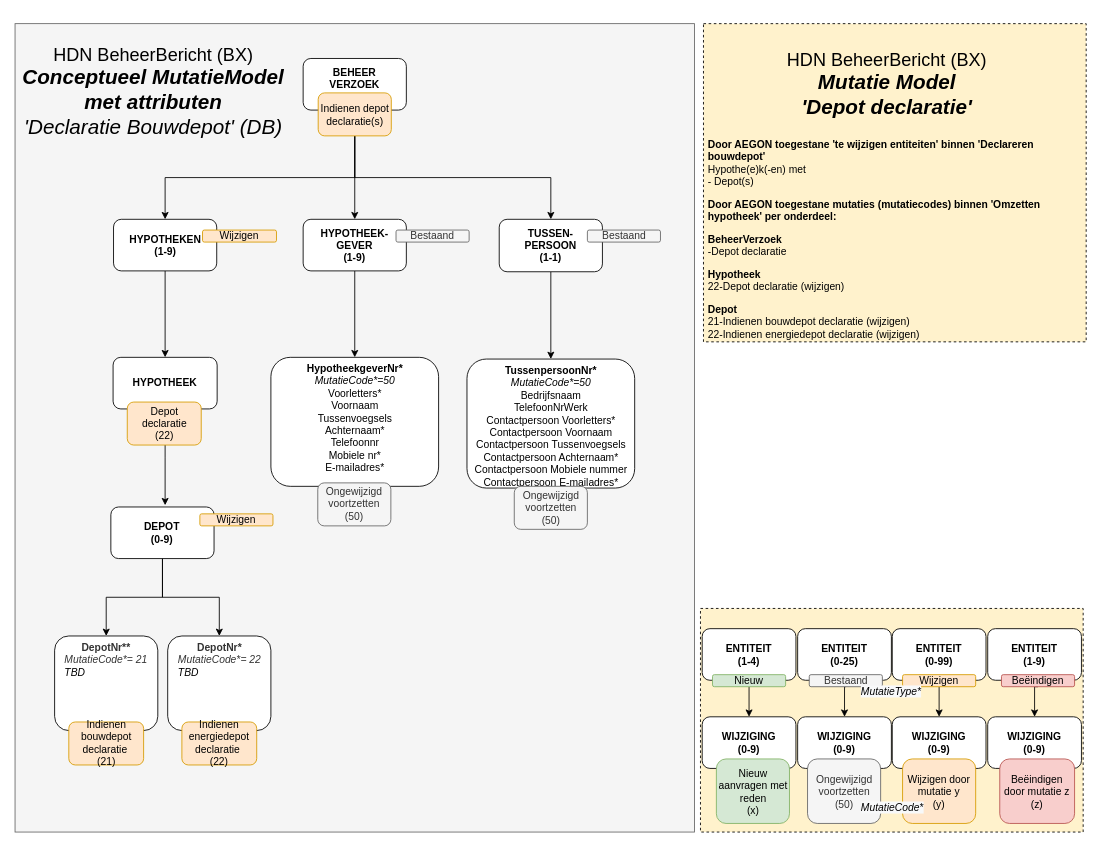
Before: page "MutatieModel DB met attributen" (4 of 5) of HDN_BX_MM_BouwdepotDeclaratie.drawio in luchthandel/diagrams, a draw.io diagram. Source tidied: cells renumbered, new cells numbered last; positions are measured from the earlier drawing's top-left corner, leaving out a move shared by most shapes. Both pictures are drawn from the tidied source at 86%, with x=0, y=0 at pixel (15, 23).
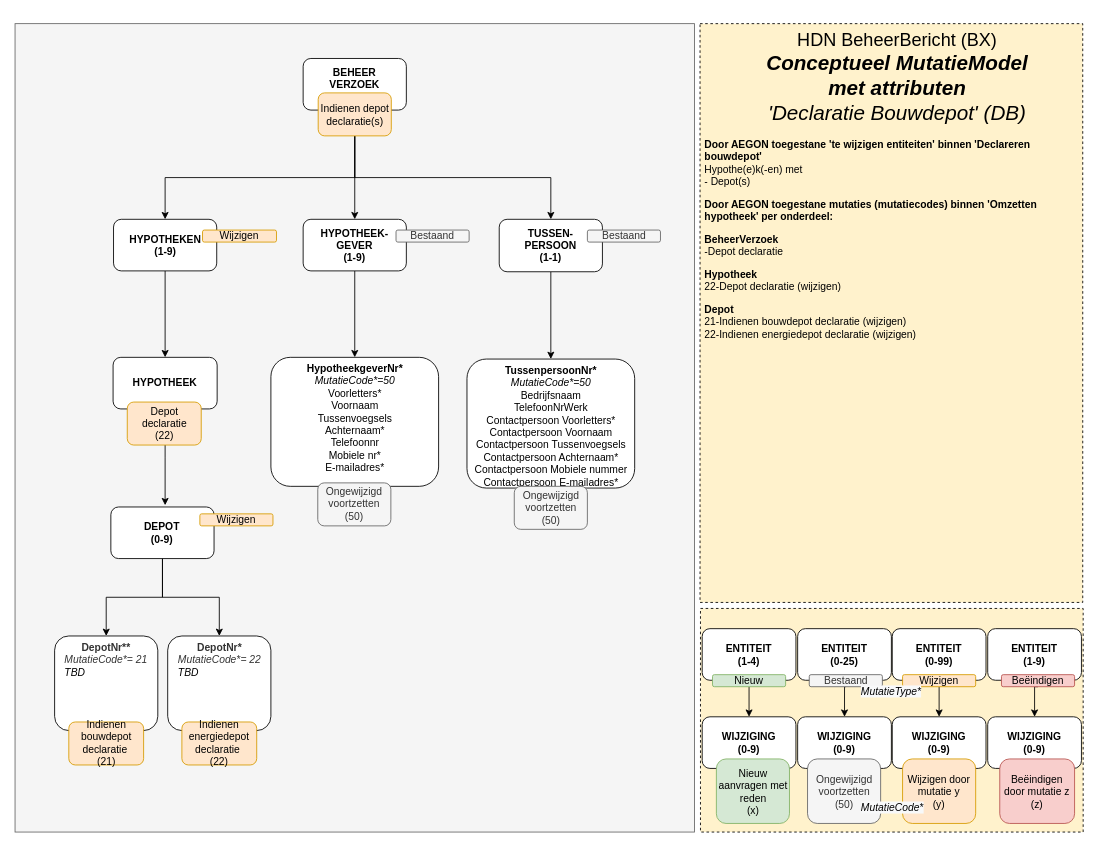
The same diagram, later.

What changed in the source:
```diff
@@
-    <mxCell id="33" value="&lt;font style=&quot;font-size: 21px&quot;&gt;HDN BeheerBericht (BX)&lt;br&gt;&lt;/font&gt;&lt;span style=&quot;font-size: 24px&quot;&gt;&lt;i&gt;&lt;b&gt;Conceptueel MutatieModel&lt;br&gt;met attributen&lt;/b&gt;&lt;br&gt;'Declaratie Bouwdepot' (DB)&lt;br&gt;&lt;/i&gt;&lt;/span&gt;" style="text;html=1;strokeColor=none;fillColor=none;align=center;verticalAlign=middle;whiteSpace=wrap;rounded=0;" parent="1" vertex="1">
-      <mxGeometry x="6" y="32" width="310" height="93" as="geometry" />
-    </mxCell>
     <mxCell id="34" value="&lt;p&gt;&lt;/p&gt;&lt;p&gt;&lt;b&gt;&lt;br&gt;&lt;/b&gt;&lt;/p&gt;&lt;p&gt;&lt;b&gt;&lt;br&gt;&lt;/b&gt;&lt;/p&gt;&lt;p&gt;&lt;b&gt;&lt;br&gt;&lt;/b&gt;&lt;/p&gt;&lt;p&gt;&lt;b&gt;&lt;br&gt;&lt;/b&gt;&lt;/p&gt;&lt;p&gt;&lt;b&gt;&lt;br&gt;&lt;/b&gt;&lt;/p&gt;&lt;p&gt;&lt;b&gt;Door AEGON toegestane 'te wijzigen entiteiten' binnen 'Declareren bouwdepot'&lt;br&gt;&lt;/b&gt;Hypothe(e)k(-en) met&lt;br&gt;- Depot(s)&lt;/p&gt;&lt;p&gt;&lt;b&gt;Door AEGON toegestane mutaties (mutatiecodes) binnen 'Omzetten hypotheek' per onderdeel:&lt;/b&gt;&lt;/p&gt;&lt;p&gt;&lt;b&gt;BeheerVerzoek&lt;br&gt;&lt;/b&gt;-Depot declaratie&lt;/p&gt;&lt;p&gt;&lt;b&gt;Hypotheek&lt;br&gt;&lt;/b&gt;22-Depot declaratie (wijzigen)&lt;/p&gt;&lt;p&gt;&lt;b&gt;Depot&lt;br&gt;&lt;/b&gt;21-Indienen bouwdepot declaratie (wijzigen)&lt;br&gt;22-Indienen energiedepot declaratie (wijzigen)&lt;/p&gt;&lt;p&gt;&lt;/p&gt;" style="text;html=1;fillColor=#fff2cc;spacing=5;spacingTop=-20;whiteSpace=wrap;overflow=hidden;rounded=0;align=left;fontSize=12;verticalAlign=top;strokeColor=#000000;dashed=1;" parent="1" vertex="1">
-      <mxGeometry x="800.5" width="445" height="370" as="geometry" />
+      <mxGeometry x="796.5" width="445" height="673" as="geometry" />
     </mxCell>
-    <mxCell id="35" value="&lt;font style=&quot;font-size: 21px&quot;&gt;HDN BeheerBericht (BX)&lt;br&gt;&lt;/font&gt;&lt;span style=&quot;font-size: 24px&quot;&gt;&lt;b&gt;&lt;i&gt;Mutatie Model&lt;br&gt;'Depot declaratie'&lt;br&gt;&lt;/i&gt;&lt;/b&gt;&lt;/span&gt;" style="text;html=1;strokeColor=none;fillColor=none;align=center;verticalAlign=middle;whiteSpace=wrap;rounded=0;" parent="1" vertex="1">
-      <mxGeometry x="845" y="24" width="338" height="93" as="geometry" />
-    </mxCell>
@@
+    <mxCell id="33" value="&lt;font style=&quot;font-size: 21px&quot;&gt;HDN BeheerBericht (BX)&lt;br&gt;&lt;/font&gt;&lt;span style=&quot;font-size: 24px&quot;&gt;&lt;i&gt;&lt;b&gt;Conceptueel MutatieModel&lt;br&gt;met attributen&lt;/b&gt;&lt;br&gt;'Declaratie Bouwdepot' (DB)&lt;br&gt;&lt;/i&gt;&lt;/span&gt;" style="text;html=1;strokeColor=none;fillColor=none;align=center;verticalAlign=middle;whiteSpace=wrap;rounded=0;" parent="1" vertex="1">
+      <mxGeometry x="870.5" y="15" width="310" height="93" as="geometry" />
+    </mxCell>
```
